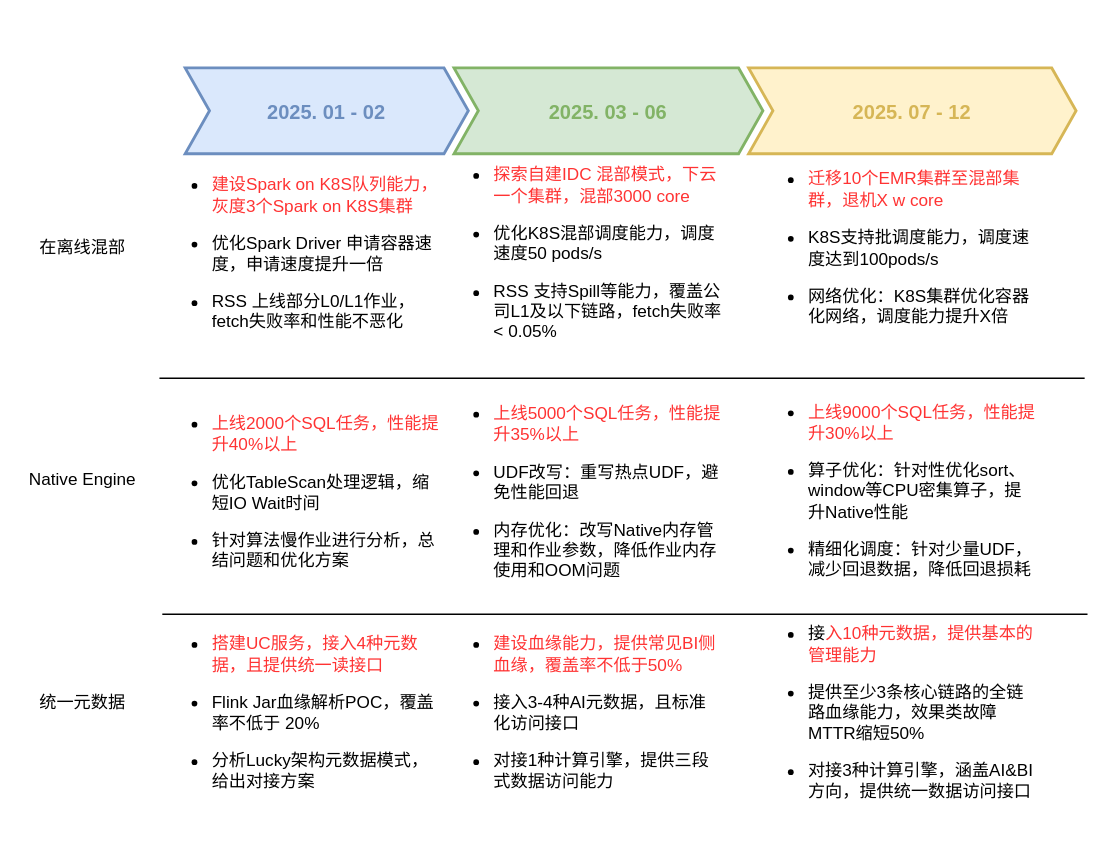
Above: roadmap for 2025.drawio in labud/pictures (draw.io), before the change. Source tidied: cells renumbered, new cells numbered last; positions are measured from the earlier drawing's top-left corner, leaving out a move shared by most shapes. Both pictures are drawn from the tidied source at 143%, with x=0, y=0 at pixel (24, 24).
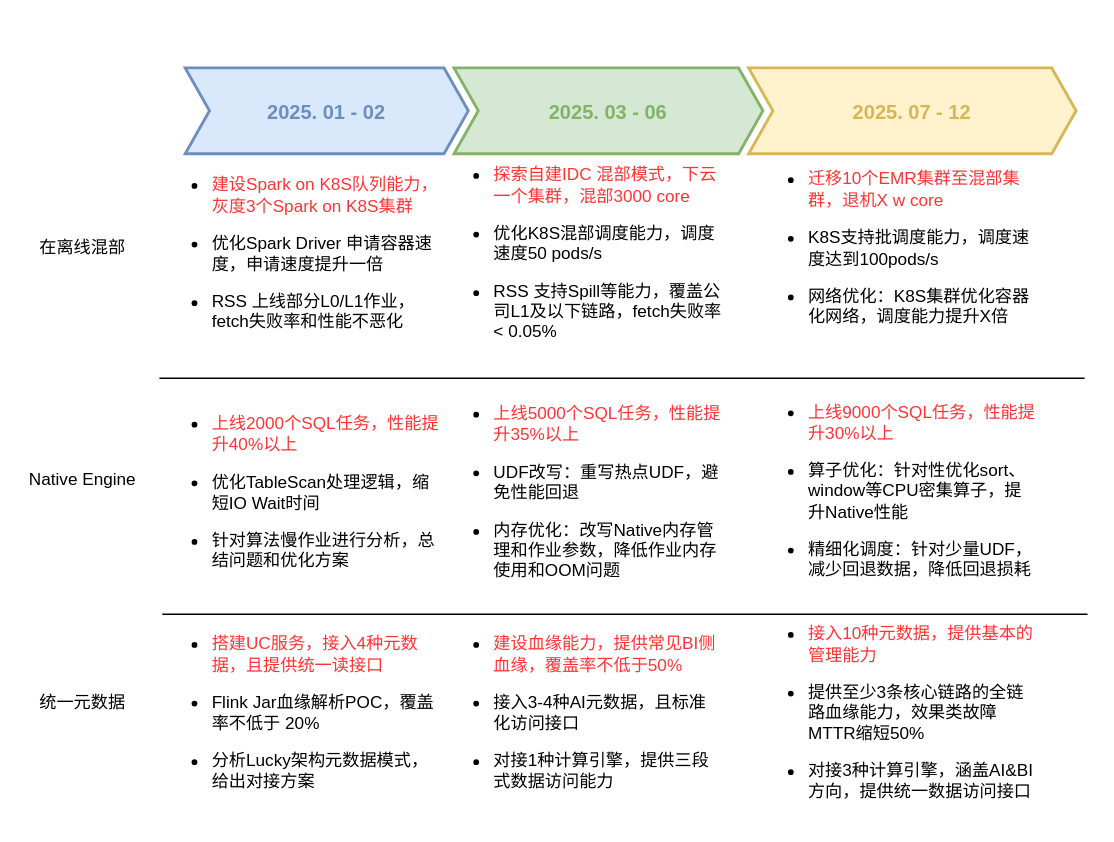
Above is the later version.

Change to the diagram source:
```diff
@@
-    <mxCell id="19" value="&lt;ul&gt;&lt;li&gt;接&lt;font color=&quot;#ff3333&quot;&gt;入10种元数据，提供基本的管理能力&lt;/font&gt;&lt;/li&gt;&lt;/ul&gt;&lt;ul&gt;&lt;li&gt;提供至少3条核心链路的全链路血缘能力，效果类故障MTTR缩短50%&lt;/li&gt;&lt;/ul&gt;&lt;ul&gt;&lt;li&gt;对接3种计算引擎，涵盖AI&amp;amp;BI方向，提供统一数据访问接口&lt;/li&gt;&lt;/ul&gt;" style="text;html=1;align=left;verticalAlign=middle;whiteSpace=wrap;rounded=0;horizontal=1;spacing=2;" parent="1" vertex="1">
+    <mxCell id="19" value="&lt;ul&gt;&lt;li&gt;&lt;font color=&quot;#ff3333&quot;&gt;接入10种元数据，提供基本的管理能力&lt;/font&gt;&lt;/li&gt;&lt;/ul&gt;&lt;ul&gt;&lt;li&gt;提供至少3条核心链路的全链路血缘能力，效果类故障MTTR缩短50%&lt;/li&gt;&lt;/ul&gt;&lt;ul&gt;&lt;li&gt;对接3种计算引擎，涵盖AI&amp;amp;BI方向，提供统一数据访问接口&lt;/li&gt;&lt;/ul&gt;" style="text;html=1;align=left;verticalAlign=middle;whiteSpace=wrap;rounded=0;horizontal=1;spacing=2;" parent="1" vertex="1">
       <mxGeometry x="506" y="433" width="202" height="95" as="geometry" />
     </mxCell>
```
